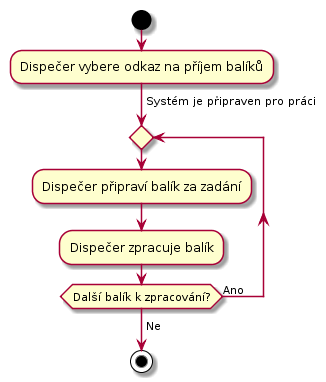
Before: docs/diagrams/out/uc-21-activity-1.png, a diagram exported from PlantUML (Internet-Handel/postman).
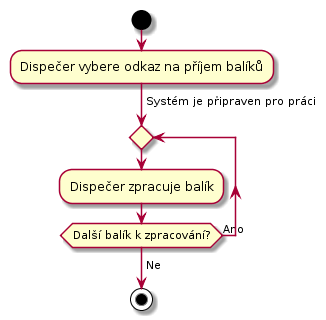
The same diagram one commit later.

Change to the diagram source:
```diff
@@ -6,7 +6,7 @@
 -> Systém je připraven pro práci;
 
 repeat
-  :Dispečer připraví balík za zadání;
+
   :Dispečer zpracuje balík;
 
 repeat while (Další balík k zpracování?) is (Ano)
```
